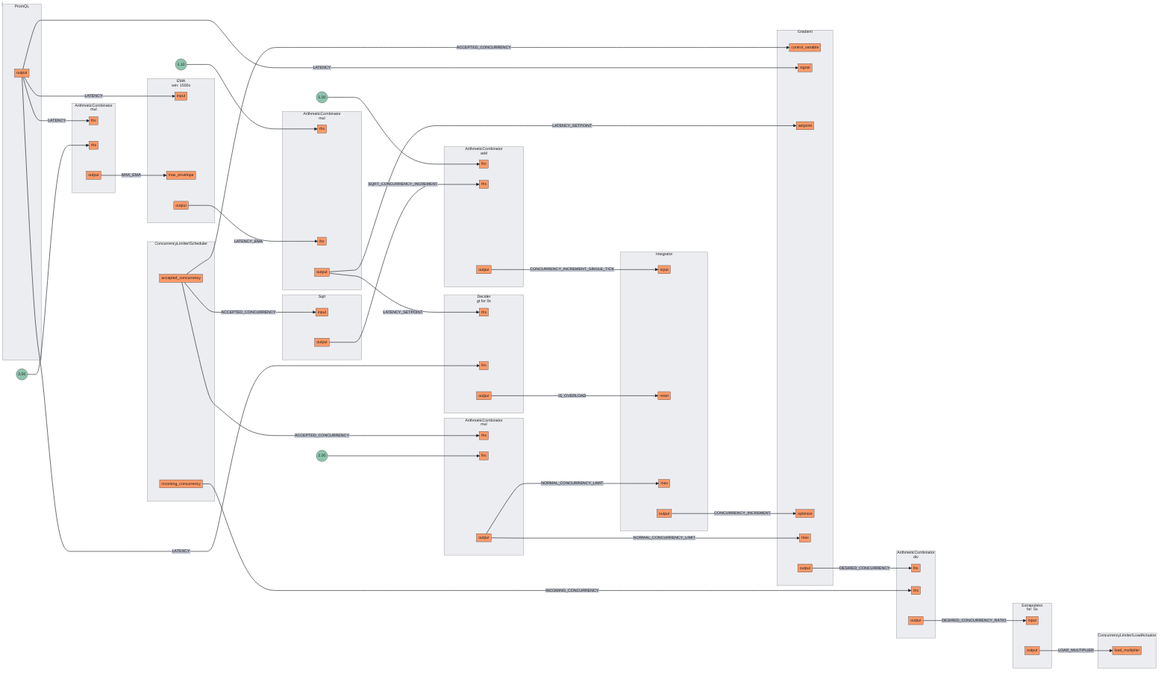
Before: docs/content/tutorials/integrations/flow-control/concurrency-limiting/assets/basic-concurrency-limiting/basic-concurrency-limiting.mmd.png, a diagram exported from Mermaid (dataongunlaws/aperture). Its source is kept beside it as docs/content/tutorials/integrations/flow-control/concurrency-limiting/assets/basic-concurrency-limiting/basic-concurrency-limiting.mmd.
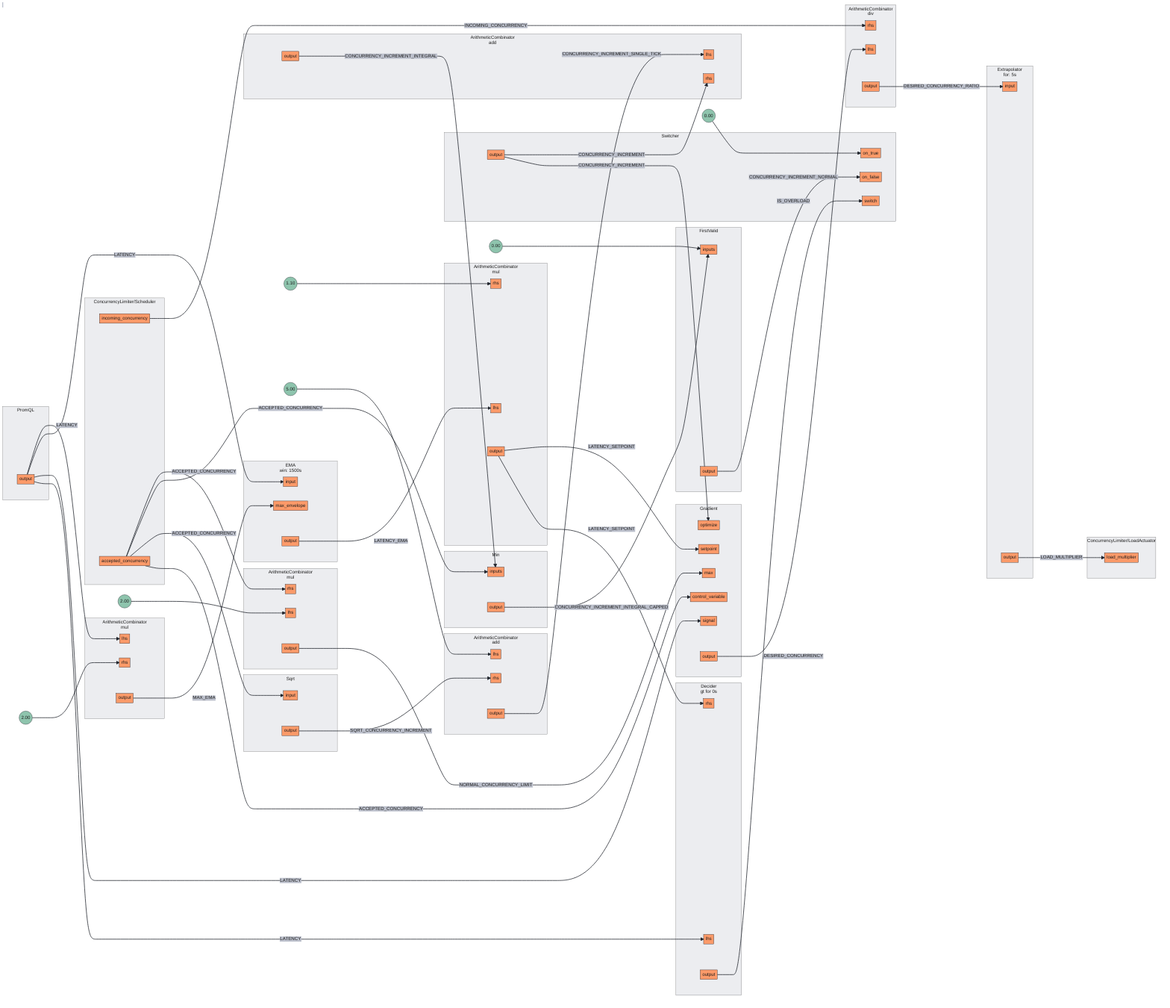
Above is the later version.

The edit, as a diff of the source:
```diff
@@ -39,8 +39,8 @@
 subgraph 3[<center>ArithmeticCombinator<br/>mul</center>]
 subgraph 3_inports[ ]
 style 3_inports fill:none,stroke:none
+3lhs[lhs]
 3rhs[rhs]
-3lhs[lhs]
 end
 subgraph 3_outports[ ]
 style 3_outports fill:none,stroke:none
@@ -62,111 +62,152 @@
 end
 FakeConstant3((5.00))
 FakeConstant3 --> 4lhs
-subgraph 5[Integrator]
+subgraph 5[<center>ArithmeticCombinator<br/>add</center>]
 subgraph 5_inports[ ]
 style 5_inports fill:none,stroke:none
-5input[input]
-5reset[reset]
-5max[max]
+5lhs[lhs]
+5rhs[rhs]
 end
 subgraph 5_outports[ ]
 style 5_outports fill:none,stroke:none
 5output[output]
 end
 end
-subgraph 6[Sqrt]
+subgraph 6[Min]
 subgraph 6_inports[ ]
 style 6_inports fill:none,stroke:none
-6input[input]
+6inputs[inputs]
+6inputs[inputs]
 end
 subgraph 6_outports[ ]
 style 6_outports fill:none,stroke:none
 6output[output]
 end
 end
-subgraph 7[PromQL]
+subgraph 7[FirstValid]
+subgraph 7_inports[ ]
+style 7_inports fill:none,stroke:none
+7inputs[inputs]
+7inputs[inputs]
+end
 subgraph 7_outports[ ]
 style 7_outports fill:none,stroke:none
 7output[output]
 end
 end
-subgraph 8[<center>EMA<br/>win: 1500s</center>]
+FakeConstant4((0.00))
+FakeConstant4 --> 7inputs
+subgraph 8[Sqrt]
 subgraph 8_inports[ ]
 style 8_inports fill:none,stroke:none
 8input[input]
-8max_envelope[max_envelope]
 end
 subgraph 8_outports[ ]
 style 8_outports fill:none,stroke:none
 8output[output]
 end
 end
-subgraph 9[Gradient]
-subgraph 9_inports[ ]
-style 9_inports fill:none,stroke:none
-9control_variable[control_variable]
-9signal[signal]
-9setpoint[setpoint]
-9optimize[optimize]
-9max[max]
-end
+subgraph 9[PromQL]
 subgraph 9_outports[ ]
 style 9_outports fill:none,stroke:none
 9output[output]
 end
 end
-subgraph 10[<center>Extrapolator<br/>for: 5s</center>]
+subgraph 10[<center>EMA<br/>win: 1500s</center>]
 subgraph 10_inports[ ]
 style 10_inports fill:none,stroke:none
 10input[input]
+10max_envelope[max_envelope]
 end
 subgraph 10_outports[ ]
 style 10_outports fill:none,stroke:none
 10output[output]
 end
 end
-subgraph 11.Scheduler[ConcurrencyLimiter/Scheduler]
-subgraph 11.Scheduler_outports[ ]
-style 11.Scheduler_outports fill:none,stroke:none
-11.Schedulerincoming_concurrency[incoming_concurrency]
-11.Scheduleraccepted_concurrency[accepted_concurrency]
+subgraph 11[Gradient]
+subgraph 11_inports[ ]
+style 11_inports fill:none,stroke:none
+11max[max]
+11control_variable[control_variable]
+11signal[signal]
+11setpoint[setpoint]
+11optimize[optimize]
+end
+subgraph 11_outports[ ]
+style 11_outports fill:none,stroke:none
+11output[output]
 end
 end
-subgraph 11.LoadActuator[ConcurrencyLimiter/LoadActuator]
-subgraph 11.LoadActuator_inports[ ]
-style 11.LoadActuator_inports fill:none,stroke:none
-11.LoadActuatorload_multiplier[load_multiplier]
-end
-end
-subgraph 12[<center>Decider<br/>gt for 0s</center>]
+subgraph 12[<center>Extrapolator<br/>for: 5s</center>]
 subgraph 12_inports[ ]
 style 12_inports fill:none,stroke:none
-12rhs[rhs]
-12lhs[lhs]
+12input[input]
 end
 subgraph 12_outports[ ]
 style 12_outports fill:none,stroke:none
 12output[output]
 end
 end
-0output --> |MAX_EMA| 8max_envelope
-4output --> |CONCURRENCY_INCREMENT_SINGLE_TICK| 5input
-6output --> |SQRT_CONCURRENCY_INCREMENT| 4rhs
-8output --> |LATENCY_EMA| 1lhs
-11.Schedulerincoming_concurrency --> |INCOMING_CONCURRENCY| 2rhs
-1output --> |LATENCY_SETPOINT| 9setpoint
-1output --> |LATENCY_SETPOINT| 12rhs
-2output --> |DESIRED_CONCURRENCY_RATIO| 10input
-3output --> |NORMAL_CONCURRENCY_LIMIT| 5max
-3output --> |NORMAL_CONCURRENCY_LIMIT| 9max
-5output --> |CONCURRENCY_INCREMENT| 9optimize
-7output --> |LATENCY| 0lhs
-7output --> |LATENCY| 8input
-7output --> |LATENCY| 9signal
-7output --> |LATENCY| 12lhs
-9output --> |DESIRED_CONCURRENCY| 2lhs
-10output --> |LOAD_MULTIPLIER| 11.LoadActuatorload_multiplier
-11.Scheduleraccepted_concurrency --> |ACCEPTED_CONCURRENCY| 3rhs
-11.Scheduleraccepted_concurrency --> |ACCEPTED_CONCURRENCY| 6input
-11.Scheduleraccepted_concurrency --> |ACCEPTED_CONCURRENCY| 9control_variable
-12output --> |IS_OVERLOAD| 5reset
+subgraph 13.Scheduler[ConcurrencyLimiter/Scheduler]
+subgraph 13.Scheduler_outports[ ]
+style 13.Scheduler_outports fill:none,stroke:none
+13.Schedulerincoming_concurrency[incoming_concurrency]
+13.Scheduleraccepted_concurrency[accepted_concurrency]
+end
+end
+subgraph 13.LoadActuator[ConcurrencyLimiter/LoadActuator]
+subgraph 13.LoadActuator_inports[ ]
+style 13.LoadActuator_inports fill:none,stroke:none
+13.LoadActuatorload_multiplier[load_multiplier]
+end
+end
+subgraph 15[Switcher]
+subgraph 15_inports[ ]
+style 15_inports fill:none,stroke:none
+15on_false[on_false]
+15switch[switch]
+15on_true[on_true]
+end
+subgraph 15_outports[ ]
+style 15_outports fill:none,stroke:none
+15output[output]
+end
+end
+FakeConstant5((0.00))
+FakeConstant5 --> 15on_true
+subgraph 14[<center>Decider<br/>gt for 0s</center>]
+subgraph 14_inports[ ]
+style 14_inports fill:none,stroke:none
+14lhs[lhs]
+14rhs[rhs]
+end
+subgraph 14_outports[ ]
+style 14_outports fill:none,stroke:none
+14output[output]
+end
+end
+7output --> |CONCURRENCY_INCREMENT_NORMAL| 15on_false
+8output --> |SQRT_CONCURRENCY_INCREMENT| 4rhs
+14output --> |IS_OVERLOAD| 15switch
+1output --> |LATENCY_SETPOINT| 11setpoint
+1output --> |LATENCY_SETPOINT| 14rhs
+5output --> |CONCURRENCY_INCREMENT_INTEGRAL| 6inputs
+9output --> |LATENCY| 0lhs
+9output --> |LATENCY| 10input
+9output --> |LATENCY| 11signal
+9output --> |LATENCY| 14lhs
+11output --> |DESIRED_CONCURRENCY| 2lhs
+12output --> |LOAD_MULTIPLIER| 13.LoadActuatorload_multiplier
+0output --> |MAX_EMA| 10max_envelope
+3output --> |NORMAL_CONCURRENCY_LIMIT| 11max
+4output --> |CONCURRENCY_INCREMENT_SINGLE_TICK| 5lhs
+6output --> |CONCURRENCY_INCREMENT_INTEGRAL_CAPPED| 7inputs
+15output --> |CONCURRENCY_INCREMENT| 5rhs
+15output --> |CONCURRENCY_INCREMENT| 11optimize
+2output --> |DESIRED_CONCURRENCY_RATIO| 12input
+10output --> |LATENCY_EMA| 1lhs
+13.Schedulerincoming_concurrency --> |INCOMING_CONCURRENCY| 2rhs
+13.Scheduleraccepted_concurrency --> |ACCEPTED_CONCURRENCY| 3rhs
+13.Scheduleraccepted_concurrency --> |ACCEPTED_CONCURRENCY| 6inputs
+13.Scheduleraccepted_concurrency --> |ACCEPTED_CONCURRENCY| 8input
+13.Scheduleraccepted_concurrency --> |ACCEPTED_CONCURRENCY| 11control_variable
```
